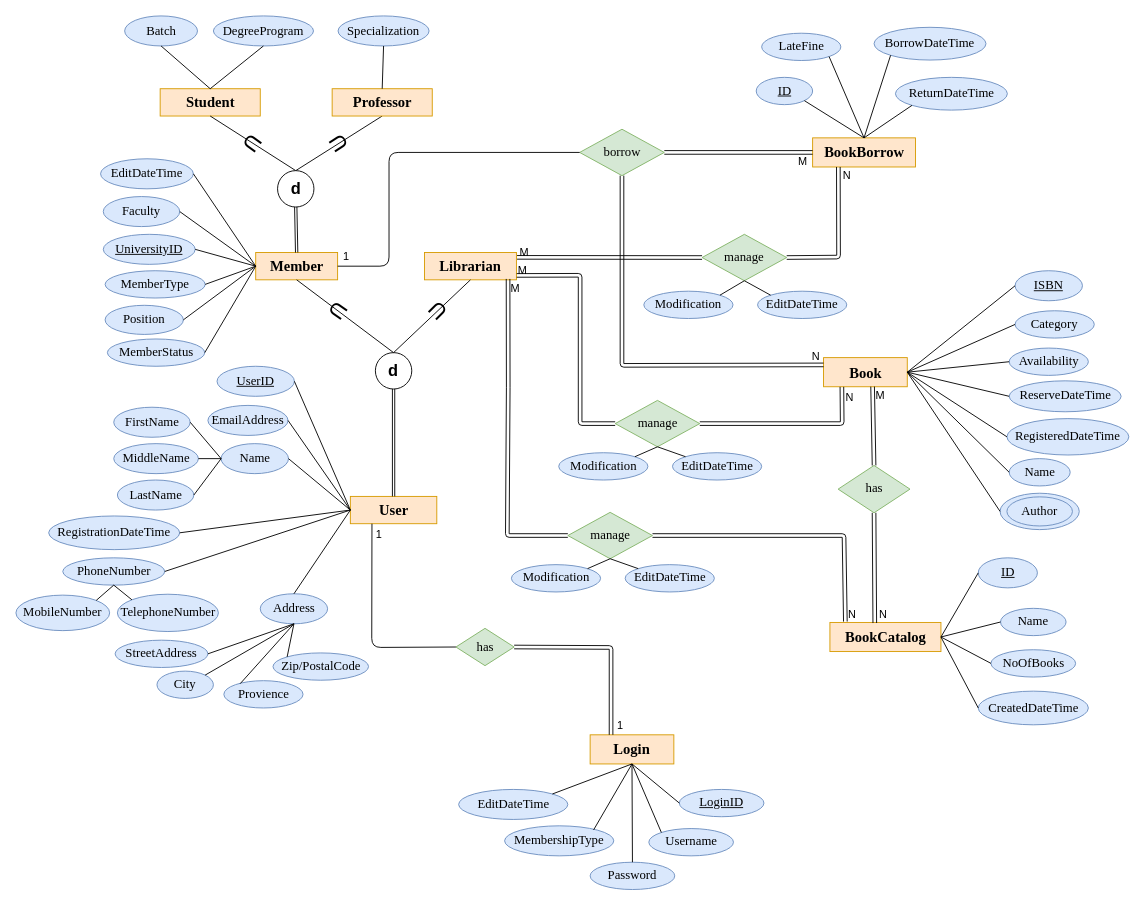
The draw.io diagram Documentation/Database/1.EERD/lsulibraryDB_EERD.drawio in hvlhasanka/Pearson_HND_Computing_Y1S2-Unit10_Web_Design_and_Development, before the edit. Source tidied: cells renumbered, new cells numbered last; positions are measured from the earlier drawing's top-left corner, leaving out a move shared by most shapes. Both pictures are drawn from the tidied source at 91%, with x=0, y=0 at pixel (15, 15).
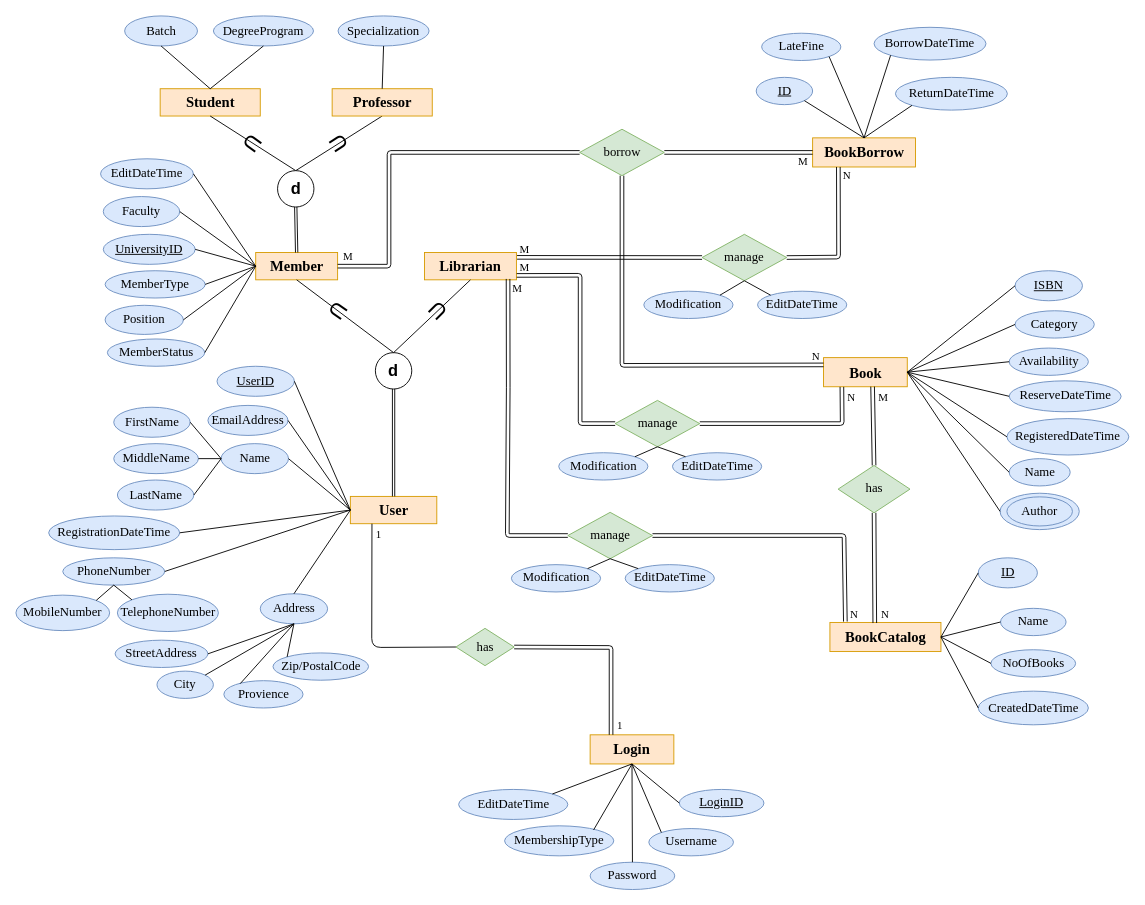
After the change.

The change refers to these unchanged cells:
```xml
<mxCell id="16" value="Member" style="rounded=0;whiteSpace=wrap;html=1;fontFamily=Times New Roman;fontSize=16;fillColor=#ffe6cc;strokeColor=#d79b00;fontStyle=1;" parent="1" vertex="1">
  <mxGeometry x="263.5" y="260" width="90" height="30" as="geometry" />
</mxCell>
<mxCell id="110" value="borrow" style="rhombus;whiteSpace=wrap;html=1;fontFamily=Times New Roman;fontSize=14;fillColor=#d5e8d4;strokeColor=#82b366;" parent="1" vertex="1">
  <mxGeometry x="619.5" y="124.5" width="93" height="51" as="geometry" />
</mxCell>
```

Change to the diagram source:
```diff
@@
-    <mxCell id="111" style="endArrow=none;html=1;entryX=0;entryY=0.5;entryDx=0;entryDy=0;exitX=1;exitY=0.5;exitDx=0;exitDy=0;" parent="1" edge="1" source="16" target="110">
+    <mxCell id="111" style="endArrow=none;html=1;entryX=0;entryY=0.5;entryDx=0;entryDy=0;exitX=1;exitY=0.5;exitDx=0;exitDy=0;shape=link;" parent="1" edge="1" source="16" target="110">
       <mxGeometry relative="1" as="geometry">
         <Array as="points">
           <mxPoint x="410" y="275" />
           <mxPoint x="410" y="150" />
         </Array>
       </mxGeometry>
     </mxCell>
@@
-    <mxCell id="113" value="1" style="text;html=1;align=left;verticalAlign=top;spacingTop=-4;" parent="1" vertex="1">
-      <mxGeometry x="357.5" y="255" width="20" height="20" as="geometry" />
+    <mxCell id="113" value="M" style="text;html=1;align=left;verticalAlign=top;spacingTop=-4;fontFamily=Times New Roman;" parent="1" vertex="1">
+      <mxGeometry x="357.5" y="255" width="30" height="20" as="geometry" />
     </mxCell>
-    <mxCell id="114" value="M" style="text;html=1;align=left;verticalAlign=top;spacingTop=-4;" parent="1" vertex="1">
+    <mxCell id="114" value="M" style="text;html=1;align=left;verticalAlign=top;spacingTop=-4;fontFamily=Times New Roman;" parent="1" vertex="1">
       <mxGeometry x="857.5" y="150" width="30" height="20" as="geometry" />
     </mxCell>
@@
-    <mxCell id="116" value="N" style="text;html=1;align=left;verticalAlign=top;spacingTop=-4;" parent="1" vertex="1">
+    <mxCell id="116" value="N" style="text;html=1;align=left;verticalAlign=top;spacingTop=-4;fontFamily=Times New Roman;" parent="1" vertex="1">
       <mxGeometry x="872.5" y="365" width="20" height="20" as="geometry" />
     </mxCell>
@@
-    <mxCell id="120" value="M" style="text;html=1;align=left;verticalAlign=top;spacingTop=-4;" parent="1" vertex="1">
-      <mxGeometry x="551.5" y="249.5" width="30" height="20" as="geometry" />
+    <mxCell id="120" value="M" style="text;html=1;align=left;verticalAlign=top;spacingTop=-4;fontFamily=Times New Roman;" parent="1" vertex="1">
+      <mxGeometry x="551.5" y="246.5" width="30" height="20" as="geometry" />
     </mxCell>
-    <mxCell id="121" value="N" style="text;html=1;align=left;verticalAlign=top;spacingTop=-4;" parent="1" vertex="1">
+    <mxCell id="121" value="N" style="text;html=1;align=left;verticalAlign=top;spacingTop=-4;fontFamily=Times New Roman;" parent="1" vertex="1">
       <mxGeometry x="906.5" y="166" width="20" height="20" as="geometry" />
     </mxCell>
@@
-    <mxCell id="125" value="1" style="text;html=1;align=left;verticalAlign=top;spacingTop=-4;" parent="1" vertex="1">
+    <mxCell id="125" value="1" style="text;html=1;align=left;verticalAlign=top;spacingTop=-4;fontFamily=Times New Roman;" parent="1" vertex="1">
       <mxGeometry x="394" y="560" width="20" height="20" as="geometry" />
     </mxCell>
-    <mxCell id="126" value="1" style="text;html=1;align=left;verticalAlign=top;spacingTop=-4;" parent="1" vertex="1">
+    <mxCell id="126" value="1" style="text;html=1;align=left;verticalAlign=top;spacingTop=-4;fontFamily=Times New Roman;" parent="1" vertex="1">
       <mxGeometry x="659" y="770" width="20" height="20" as="geometry" />
     </mxCell>
@@
-    <mxCell id="130" value="M" style="text;html=1;align=left;verticalAlign=top;spacingTop=-4;" parent="1" vertex="1">
-      <mxGeometry x="550" y="269.5" width="30" height="20" as="geometry" />
+    <mxCell id="130" value="M" style="text;html=1;align=left;verticalAlign=top;spacingTop=-4;fontFamily=Times New Roman;" parent="1" vertex="1">
+      <mxGeometry x="552" y="266.5" width="30" height="20" as="geometry" />
     </mxCell>
-    <mxCell id="131" value="N" style="text;html=1;align=left;verticalAlign=top;spacingTop=-4;" parent="1" vertex="1">
-      <mxGeometry x="910" y="410" width="20" height="20" as="geometry" />
+    <mxCell id="131" value="N" style="text;html=1;align=left;verticalAlign=top;spacingTop=-4;fontFamily=Times New Roman;" parent="1" vertex="1">
+      <mxGeometry x="912" y="410" width="20" height="20" as="geometry" />
     </mxCell>
@@
-    <mxCell id="147" value="N" style="text;html=1;align=left;verticalAlign=top;spacingTop=-4;" parent="1" vertex="1">
-      <mxGeometry x="913" y="648" width="20" height="20" as="geometry" />
+    <mxCell id="147" value="N" style="text;html=1;align=left;verticalAlign=top;spacingTop=-4;fontFamily=Times New Roman;" parent="1" vertex="1">
+      <mxGeometry x="915" y="648" width="20" height="20" as="geometry" />
     </mxCell>
-    <mxCell id="148" value="M" style="text;html=1;align=left;verticalAlign=top;spacingTop=-4;" parent="1" vertex="1">
-      <mxGeometry x="541.5" y="289.5" width="30" height="20" as="geometry" />
+    <mxCell id="148" value="M" style="text;html=1;align=left;verticalAlign=top;spacingTop=-4;fontFamily=Times New Roman;" parent="1" vertex="1">
+      <mxGeometry x="543.5" y="289.5" width="30" height="20" as="geometry" />
     </mxCell>
@@
-    <mxCell id="152" value="N" style="text;html=1;align=left;verticalAlign=top;spacingTop=-4;" parent="1" vertex="1">
-      <mxGeometry x="946.5" y="648" width="20" height="20" as="geometry" />
+    <mxCell id="152" value="&lt;font face=&quot;Times New Roman&quot;&gt;N&lt;/font&gt;" style="text;html=1;align=left;verticalAlign=top;spacingTop=-4;" parent="1" vertex="1">
+      <mxGeometry x="948.5" y="648" width="20" height="20" as="geometry" />
     </mxCell>
-    <mxCell id="153" value="M" style="text;html=1;align=left;verticalAlign=top;spacingTop=-4;" parent="1" vertex="1">
-      <mxGeometry x="943" y="407.5" width="30" height="20" as="geometry" />
+    <mxCell id="153" value="M" style="text;html=1;align=left;verticalAlign=top;spacingTop=-4;fontFamily=Times New Roman;" parent="1" vertex="1">
+      <mxGeometry x="946" y="409.5" width="30" height="20" as="geometry" />
     </mxCell>
```
